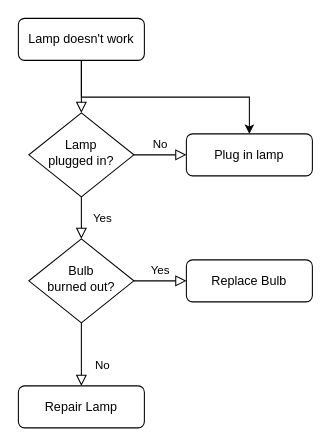
The draw.io diagram 未命名绘图.drawio in wl3b10s/flowgram, before the edit. Source tidied: cells renumbered, new cells numbered last; positions are measured from the earlier drawing's top-left corner, leaving out a move shared by most shapes. Both pictures are drawn from the tidied source at 105%, with x=0, y=0 at pixel (18, 18).
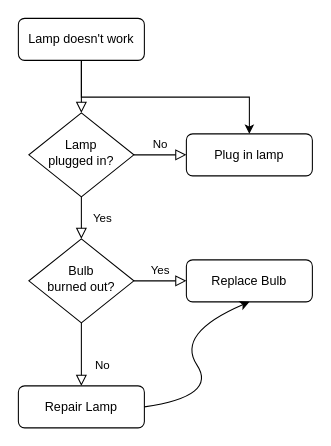
The same page after the edit.

What changed in the source:
```diff
@@
 <mxGraphModel>
   <root>
     <mxCell id="0" />
     <mxCell id="1" parent="0" />
     <mxCell id="2" style="rounded=0;html=1;jettySize=auto;fontSize=11;endArrow=block;endFill=0;endSize=8;strokeWidth=1;shadow=0;labelBackgroundColor=none;edgeStyle=orthogonalEdgeStyle;" parent="1" edge="1" source="4" target="7">
       <mxGeometry relative="1" as="geometry" />
     </mxCell>
     <mxCell id="3" style="edgeStyle=orthogonalEdgeStyle;rounded=0;jettySize=auto;html=1;exitX=0.5;exitY=1;exitDx=0;exitDy=0;entryX=0.5;entryY=0;entryDx=0;entryDy=0;" parent="1" edge="1" source="4" target="8">
       <mxGeometry relative="1" as="geometry" />
     </mxCell>
     <mxCell id="4" value="Lamp doesn't work" style="rounded=1;whiteSpace=wrap;html=1;fontSize=12;glass=0;strokeWidth=1;shadow=0;" parent="1" vertex="1">
       <mxGeometry width="120" height="40" as="geometry" />
     </mxCell>
     <mxCell id="5" value="Yes" style="rounded=0;html=1;jettySize=auto;fontSize=11;endArrow=block;endFill=0;endSize=8;strokeWidth=1;shadow=0;labelBackgroundColor=none;edgeStyle=orthogonalEdgeStyle;" parent="1" edge="1" source="7" target="11">
       <mxGeometry y="20" relative="1" as="geometry" />
     </mxCell>
     <mxCell id="6" value="No" style="edgeStyle=orthogonalEdgeStyle;rounded=0;html=1;jettySize=auto;fontSize=11;endArrow=block;endFill=0;endSize=8;strokeWidth=1;shadow=0;labelBackgroundColor=none;" parent="1" edge="1" source="7" target="8">
       <mxGeometry y="10" relative="1" as="geometry" />
     </mxCell>
     <mxCell id="7" value="Lamp&lt;br&gt;plugged in?" style="rhombus;whiteSpace=wrap;html=1;shadow=0;fontFamily=Helvetica;fontSize=12;align=center;strokeWidth=1;spacing=6;spacingTop=-4;" parent="1" vertex="1">
       <mxGeometry x="10" y="90" width="100" height="80" as="geometry" />
     </mxCell>
     <mxCell id="8" value="Plug in lamp" style="rounded=1;whiteSpace=wrap;html=1;fontSize=12;glass=0;strokeWidth=1;shadow=0;" parent="1" vertex="1">
       <mxGeometry x="160" y="110" width="120" height="40" as="geometry" />
     </mxCell>
     <mxCell id="9" value="No" style="rounded=0;html=1;jettySize=auto;fontSize=11;endArrow=block;endFill=0;endSize=8;strokeWidth=1;shadow=0;labelBackgroundColor=none;edgeStyle=orthogonalEdgeStyle;" parent="1" edge="1" source="11" target="12">
       <mxGeometry x="0.33" y="20" relative="1" as="geometry" />
     </mxCell>
     <mxCell id="10" value="Yes" style="edgeStyle=orthogonalEdgeStyle;rounded=0;html=1;jettySize=auto;fontSize=11;endArrow=block;endFill=0;endSize=8;strokeWidth=1;shadow=0;labelBackgroundColor=none;" parent="1" edge="1" source="11" target="13">
       <mxGeometry y="10" relative="1" as="geometry" />
     </mxCell>
     <mxCell id="11" value="Bulb&lt;br&gt;burned out?" style="rhombus;whiteSpace=wrap;html=1;shadow=0;fontFamily=Helvetica;fontSize=12;align=center;strokeWidth=1;spacing=6;spacingTop=-4;" parent="1" vertex="1">
       <mxGeometry x="10" y="210" width="100" height="80" as="geometry" />
     </mxCell>
     <mxCell id="12" value="Repair Lamp" style="rounded=1;whiteSpace=wrap;html=1;fontSize=12;glass=0;strokeWidth=1;shadow=0;" parent="1" vertex="1">
       <mxGeometry y="350" width="120" height="40" as="geometry" />
     </mxCell>
     <mxCell id="13" value="Replace Bulb" style="rounded=1;whiteSpace=wrap;html=1;fontSize=12;glass=0;strokeWidth=1;shadow=0;" parent="1" vertex="1">
       <mxGeometry x="160" y="230" width="120" height="40" as="geometry" />
     </mxCell>
+    <mxCell id="14" style="curved=1;endArrow=classic;html=1;rounded=0;exitX=1;exitY=0.5;exitDx=0;exitDy=0;entryX=0.5;entryY=1;entryDx=0;entryDy=0;" parent="1" edge="1" source="12" target="13">
+      <mxGeometry relative="1" as="geometry">
+        <Array as="points">
+          <mxPoint x="190" y="360" />
+          <mxPoint x="150" y="300" />
+        </Array>
+      </mxGeometry>
+    </mxCell>
   </root>
 </mxGraphModel>
```
